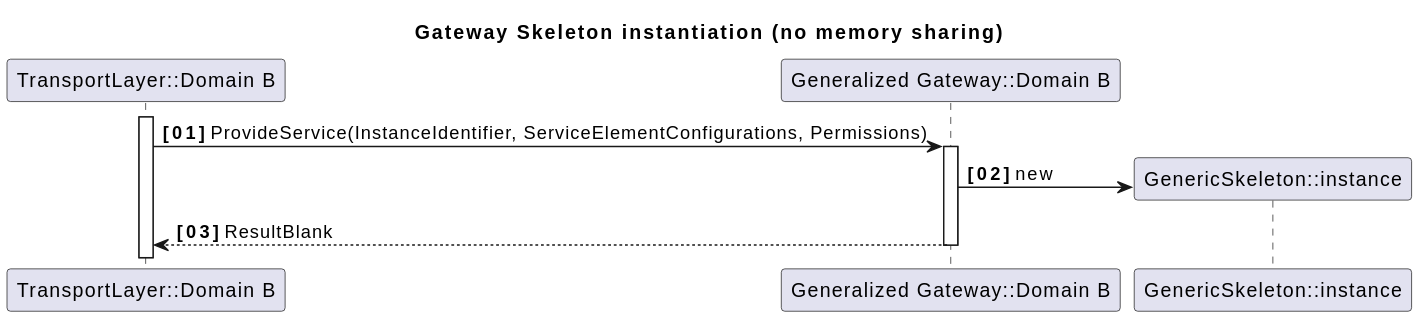
eclipse-score/communication keeps this PlantUML diagram as score/mw/com/dependability/software_architectural_design/generalized_gateway/assets/gateway_skeleton_instantiation_sequence.svg. Above is the earlier version.
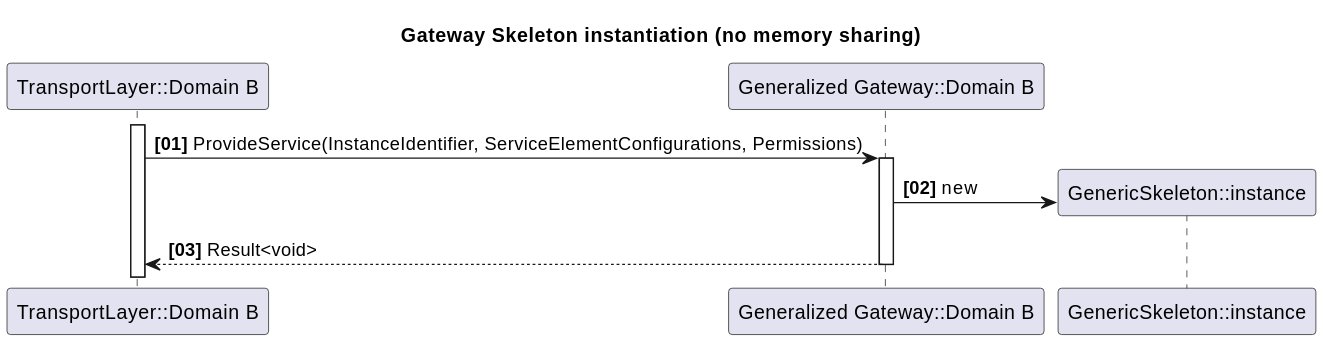
After the commit.

Commit message:
docs: update SVG files by transitioning Result<void> return labels

Diff of the diagram source:
```diff
@@ -13,5 +13,5 @@
 
     create "GenericSkeleton::instance" as SKELETON_INSTANCE order 30
     GATEWAY -> SKELETON_INSTANCE : new
-return ResultBlank
+return Result<void>
 @enduml
```
